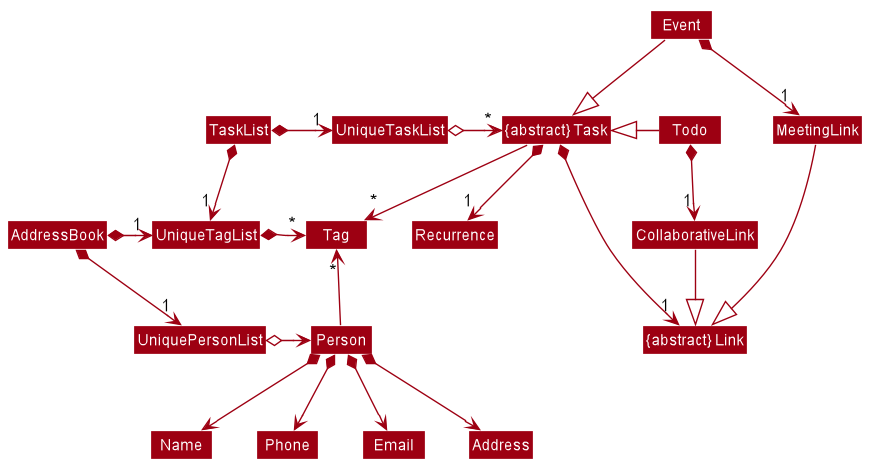
Before: docs/images/UpdatedBetterModelClassDiagram.png, a diagram exported from PlantUML (urieltan/tp).
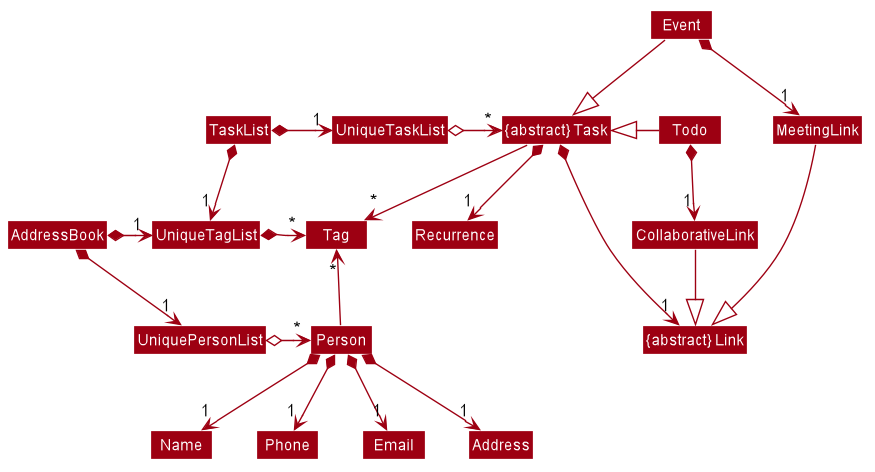
Later version of the same file.

Commit message:
Update developer guide Add MSS for sorting of tasks and contacts Edit model architecture diagram

Diff of the diagram source:
```diff
@@ -58,14 +58,14 @@
 
 
 UniqueTagList *-right-> "*" Tag
-UniquePersonList o-right-> Person
+UniquePersonList o-right-> "*" Person
 
 Person -up-> "*" Tag
 
-Person *--> Name
-Person *--> Phone
-Person *--> Email
-Person *--> Address
+Person *--> "1" Name
+Person *--> "1" Phone
+Person *--> "1" Email
+Person *--> "1" Address
 
 TaskList *-right-> "1" UniqueTaskList
 TaskList *--> "1" UniqueTagList
```
